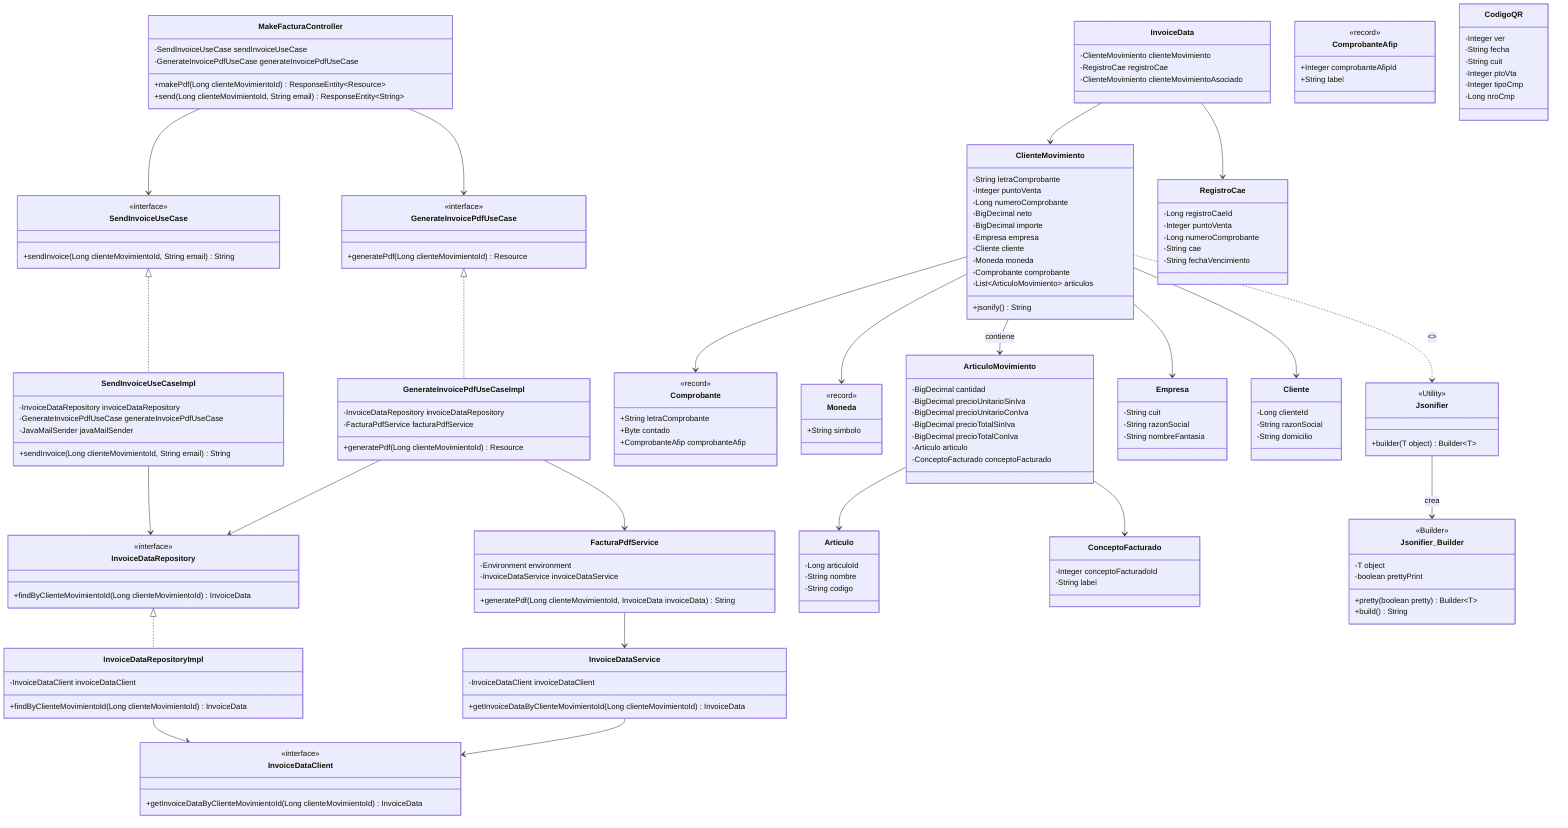
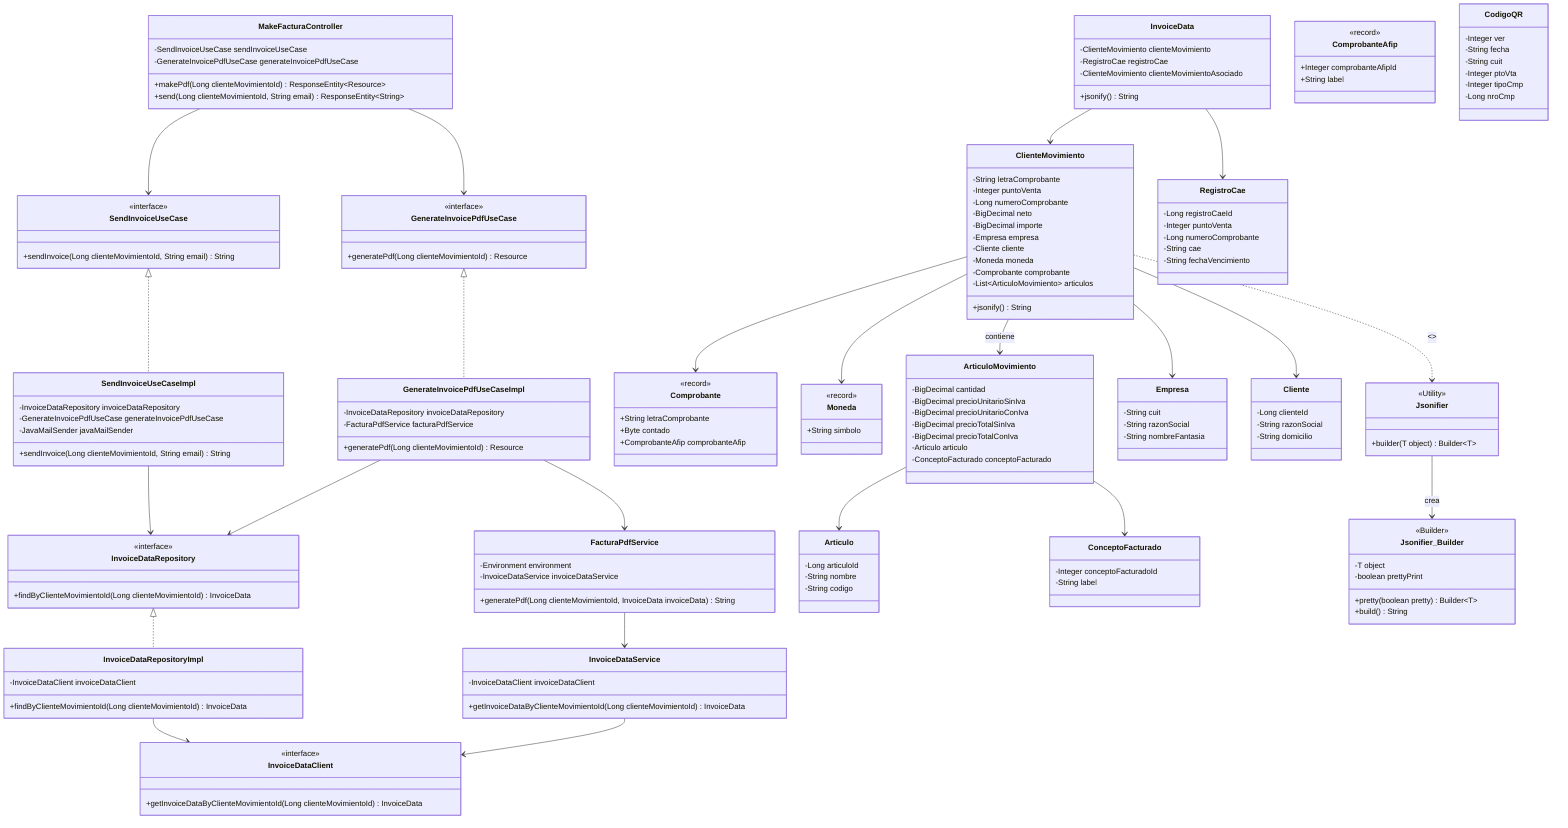
classDiagram
    class MakeFacturaController {
        -SendInvoiceUseCase sendInvoiceUseCase
        -GenerateInvoicePdfUseCase generateInvoicePdfUseCase
        +makePdf(Long clienteMovimientoId) ResponseEntity~Resource~
        +send(Long clienteMovimientoId, String email) ResponseEntity~String~
    }

    class SendInvoiceUseCase {
        <<interface>>
        +sendInvoice(Long clienteMovimientoId, String email) String
    }

    class GenerateInvoicePdfUseCase {
        <<interface>>
        +generatePdf(Long clienteMovimientoId) Resource
    }

    class SendInvoiceUseCaseImpl {
        -InvoiceDataRepository invoiceDataRepository
        -GenerateInvoicePdfUseCase generateInvoicePdfUseCase
        -JavaMailSender javaMailSender
        +sendInvoice(Long clienteMovimientoId, String email) String
    }

    class GenerateInvoicePdfUseCaseImpl {
        -InvoiceDataRepository invoiceDataRepository
        -FacturaPdfService facturaPdfService
        +generatePdf(Long clienteMovimientoId) Resource
    }

    class InvoiceDataRepository {
        <<interface>>
        +findByClienteMovimientoId(Long clienteMovimientoId) InvoiceData
    }

    class InvoiceDataRepositoryImpl {
        -InvoiceDataClient invoiceDataClient
        +findByClienteMovimientoId(Long clienteMovimientoId) InvoiceData
    }

    class FacturaPdfService {
        -Environment environment
        -InvoiceDataService invoiceDataService
        +generatePdf(Long clienteMovimientoId, InvoiceData invoiceData) String
    }

    class InvoiceDataService {
        -InvoiceDataClient invoiceDataClient
        +getInvoiceDataByClienteMovimientoId(Long clienteMovimientoId) InvoiceData
    }

    class InvoiceDataClient {
        <<interface>>
        +getInvoiceDataByClienteMovimientoId(Long clienteMovimientoId) InvoiceData
    }

    class InvoiceData {
        -ClienteMovimiento clienteMovimiento
        -RegistroCae registroCae
        -ClienteMovimiento clienteMovimientoAsociado
+         +jsonify() String
    }

    class Comprobante {
        <<record>>
        +String letraComprobante
        +Byte contado
        +ComprobanteAfip comprobanteAfip
    }

    class ComprobanteAfip {
        <<record>>
        +Integer comprobanteAfipId
        +String label
    }

    class Moneda {
        <<record>>
        +String simbolo
    }

    class ClienteMovimiento {
        -String letraComprobante
        -Integer puntoVenta
        -Long numeroComprobante
        -BigDecimal neto
        -BigDecimal importe
        -Empresa empresa
        -Cliente cliente
        -Moneda moneda
        -Comprobante comprobante
        -List~ArticuloMovimiento~ articulos
        +jsonify() String
    }

    class ArticuloMovimiento {
        -BigDecimal cantidad
        -BigDecimal precioUnitarioSinIva
        -BigDecimal precioUnitarioConIva
        -BigDecimal precioTotalSinIva
        -BigDecimal precioTotalConIva
        -Articulo articulo
        -ConceptoFacturado conceptoFacturado
    }

    class Empresa {
        -String cuit
        -String razonSocial
        -String nombreFantasia
    }

    class Cliente {
        -Long clienteId
        -String razonSocial
        -String domicilio
    }

    class Articulo {
        -Long articuloId
        -String nombre
        -String codigo
    }

    class ConceptoFacturado {
        -Integer conceptoFacturadoId
        -String label
    }

    class RegistroCae {
        -Long registroCaeId
        -Integer puntoVenta
        -Long numeroComprobante
        -String cae
        -String fechaVencimiento
    }

    class CodigoQR {
        -Integer ver
        -String fecha
        -String cuit
        -Integer ptoVta
        -Integer tipoCmp
        -Long nroCmp
    }

    class Jsonifier {
        <<Utility>>
        +builder(T object) Builder~T~
    }

    class Jsonifier_Builder {
        <<Builder>>
        -T object
        -boolean prettyPrint
        +pretty(boolean pretty) Builder~T~
        +build() String
    }

    MakeFacturaController --> SendInvoiceUseCase
    MakeFacturaController --> GenerateInvoicePdfUseCase
    SendInvoiceUseCase <|.. SendInvoiceUseCaseImpl
    GenerateInvoicePdfUseCase <|.. GenerateInvoicePdfUseCaseImpl
    SendInvoiceUseCaseImpl --> InvoiceDataRepository
    GenerateInvoicePdfUseCaseImpl --> InvoiceDataRepository
    GenerateInvoicePdfUseCaseImpl --> FacturaPdfService
    InvoiceDataRepository <|.. InvoiceDataRepositoryImpl
    InvoiceDataRepositoryImpl --> InvoiceDataClient
    FacturaPdfService --> InvoiceDataService
    InvoiceDataService --> InvoiceDataClient
    InvoiceData --> ClienteMovimiento
    InvoiceData --> RegistroCae
    ClienteMovimiento --> ArticuloMovimiento : contiene
    ClienteMovimiento --> Empresa
    ClienteMovimiento --> Cliente
    ClienteMovimiento --> Moneda
    ClienteMovimiento --> Comprobante
    ClienteMovimiento ..> Jsonifier : <<use>>
    ArticuloMovimiento --> Articulo
    ArticuloMovimiento --> ConceptoFacturado
    Jsonifier --> Jsonifier_Builder : crea
